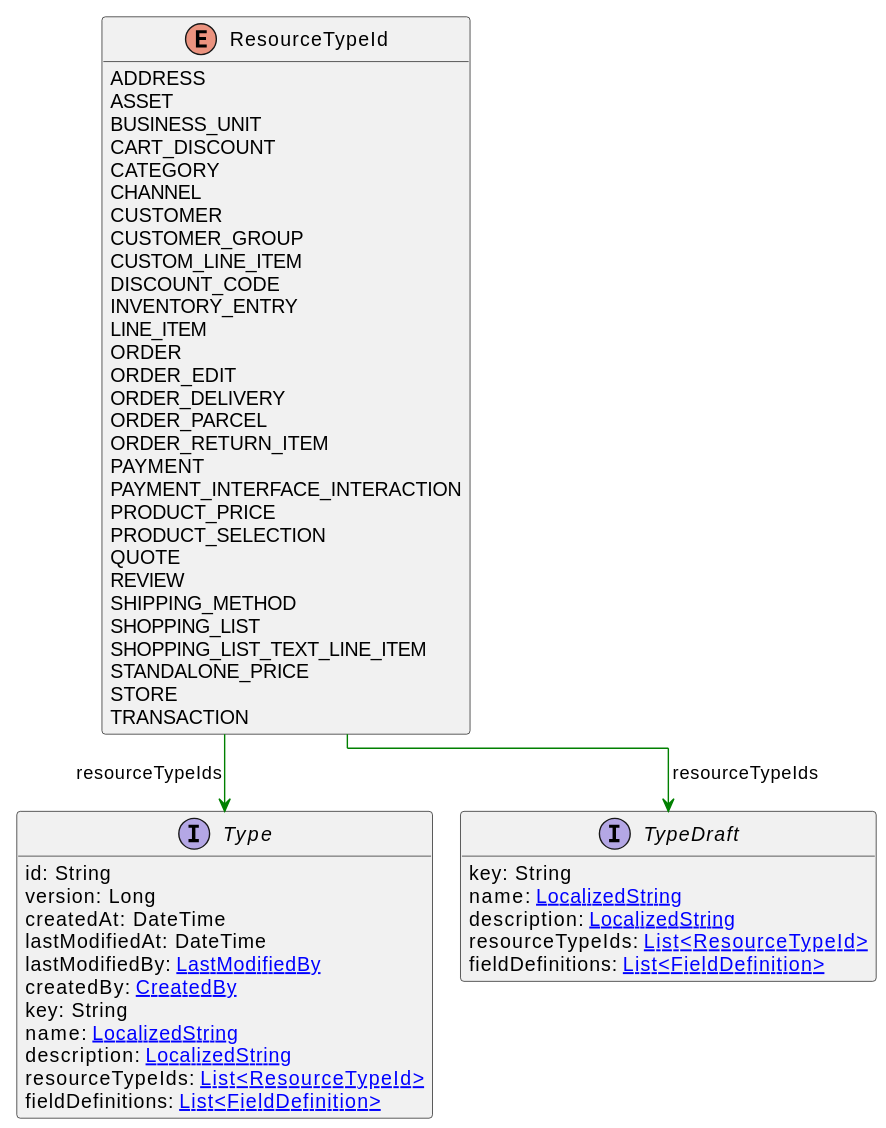
Before: uml/api/svg/ResourceTypeId.svg, a diagram exported from PlantUML (commercetools/commercetools-api-reference). Source of this version:
```plantuml
@startuml
!pragma layout elk
hide methods
enum ResourceTypeId {
    ADDRESS
    ASSET
    BUSINESS_UNIT
    CART_DISCOUNT
    CATEGORY
    CHANNEL
    CUSTOMER
    CUSTOMER_GROUP
    CUSTOM_LINE_ITEM
    DISCOUNT_CODE
    INVENTORY_ENTRY
    LINE_ITEM
    ORDER
    ORDER_EDIT
    ORDER_DELIVERY
    ORDER_PARCEL
    ORDER_RETURN_ITEM
    PAYMENT
    PAYMENT_INTERFACE_INTERACTION
    PRODUCT_PRICE
    PRODUCT_SELECTION
    QUOTE
    REVIEW
    SHIPPING_METHOD
    SHOPPING_LIST
    SHOPPING_LIST_TEXT_LINE_ITEM
    STANDALONE_PRICE
    STORE
    TRANSACTION
}
interface Type [[Type.svg]]  {
    id: String
    version: Long
    createdAt: DateTime
    lastModifiedAt: DateTime
    lastModifiedBy: [[LastModifiedBy.svg LastModifiedBy]]
    createdBy: [[CreatedBy.svg CreatedBy]]
    key: String
    name: [[LocalizedString.svg LocalizedString]]
    description: [[LocalizedString.svg LocalizedString]]
    resourceTypeIds: [[ResourceTypeId.svg List<ResourceTypeId>]]
    fieldDefinitions: [[FieldDefinition.svg List<FieldDefinition>]]
}
interface TypeDraft [[TypeDraft.svg]]  {
    key: String
    name: [[LocalizedString.svg LocalizedString]]
    description: [[LocalizedString.svg LocalizedString]]
    resourceTypeIds: [[ResourceTypeId.svg List<ResourceTypeId>]]
    fieldDefinitions: [[FieldDefinition.svg List<FieldDefinition>]]
}
ResourceTypeId --> Type #green;text:green : "resourceTypeIds"
ResourceTypeId --> TypeDraft #green;text:green : "resourceTypeIds"
@enduml
```
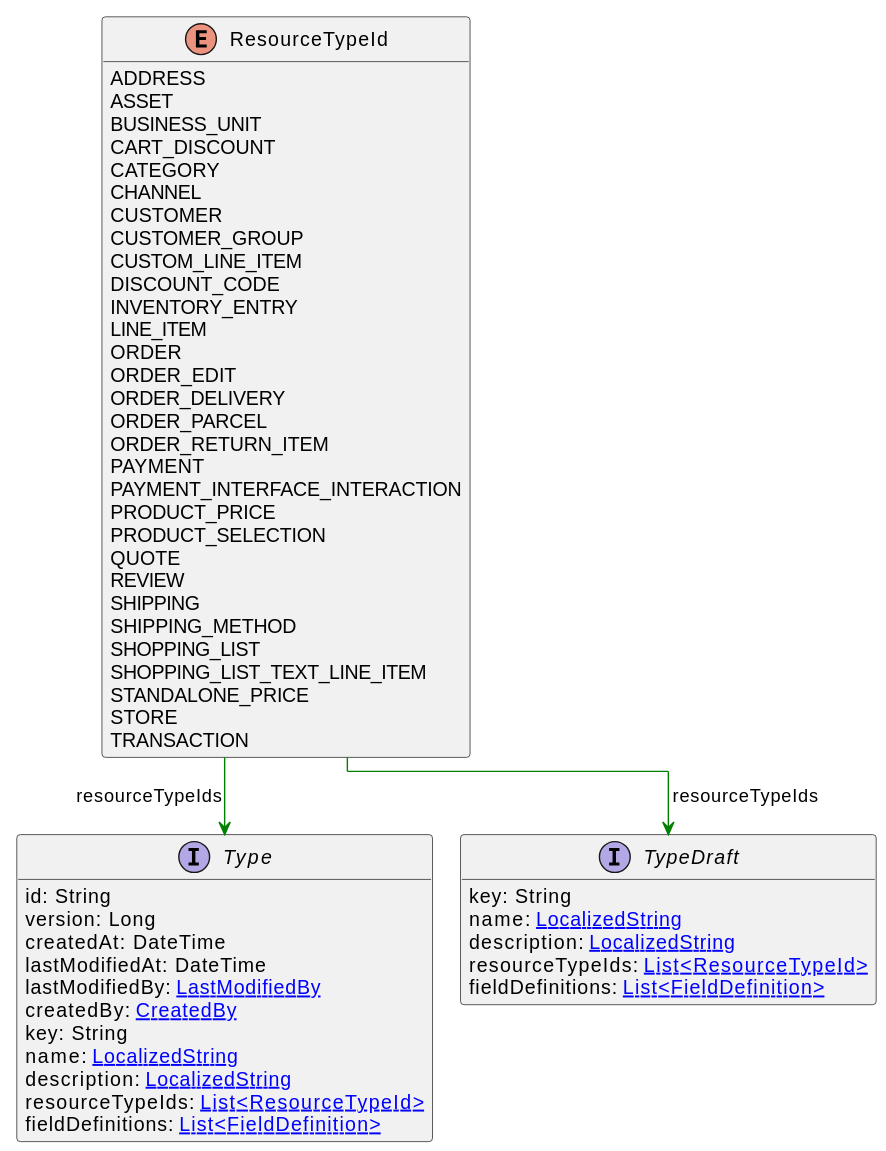
Above is the later version.

Change to the diagram source:
```diff
@@ -25,6 +25,7 @@
     PRODUCT_SELECTION
     QUOTE
     REVIEW
+    SHIPPING
     SHIPPING_METHOD
     SHOPPING_LIST
     SHOPPING_LIST_TEXT_LINE_ITEM
```
